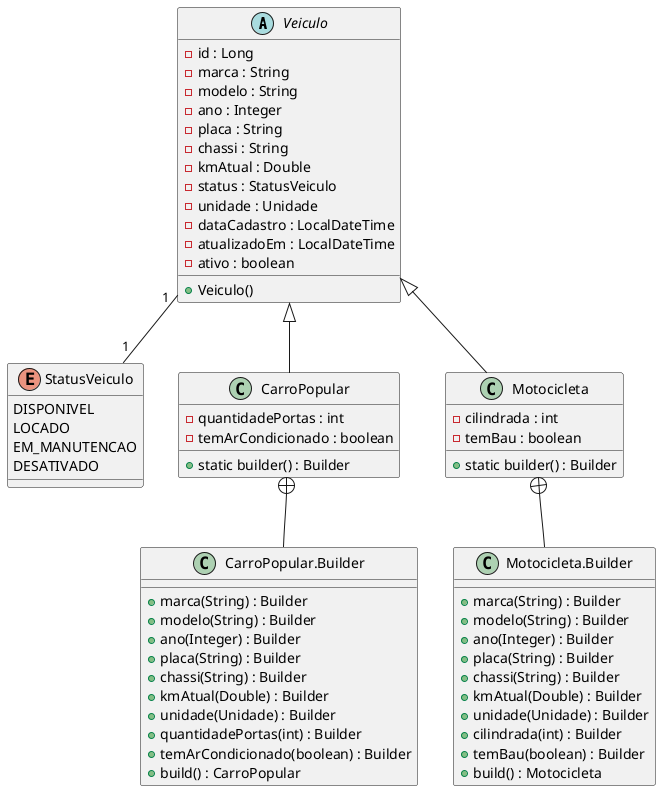
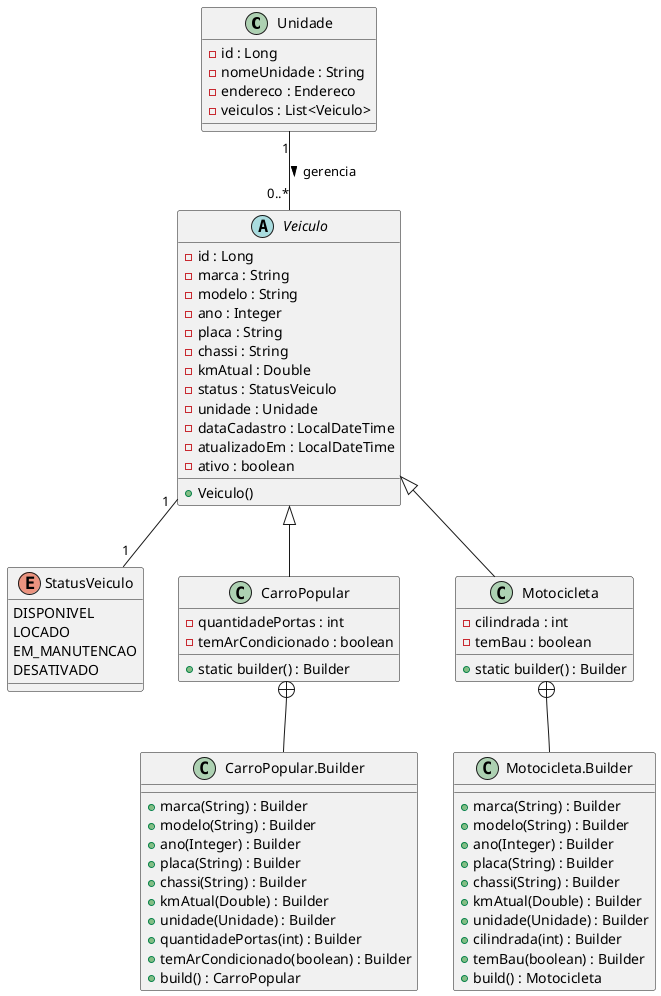
@startuml
+ 
+ class Unidade {
+   - id : Long
+   - nomeUnidade : String
+   - endereco : Endereco
+   - veiculos : List<Veiculo>
+ }

abstract class Veiculo {
  - id : Long
  - marca : String
  - modelo : String
  - ano : Integer
  - placa : String
  - chassi : String
  - kmAtual : Double
  - status : StatusVeiculo
  - unidade : Unidade
  - dataCadastro : LocalDateTime
  - atualizadoEm : LocalDateTime
  - ativo : boolean
  + Veiculo()
}

enum StatusVeiculo {
  DISPONIVEL
  LOCADO
  EM_MANUTENCAO
  DESATIVADO
}

class CarroPopular {
  - quantidadePortas : int
  - temArCondicionado : boolean
  + static builder() : Builder
}

class "CarroPopular.Builder" as CarroPopularBuilder {
  + marca(String) : Builder
  + modelo(String) : Builder
  + ano(Integer) : Builder
  + placa(String) : Builder
  + chassi(String) : Builder
  + kmAtual(Double) : Builder
  + unidade(Unidade) : Builder
  + quantidadePortas(int) : Builder
  + temArCondicionado(boolean) : Builder
  + build() : CarroPopular
}

class Motocicleta {
  - cilindrada : int
  - temBau : boolean
  + static builder() : Builder
}

class "Motocicleta.Builder" as MotocicletaBuilder {
  + marca(String) : Builder
  + modelo(String) : Builder
  + ano(Integer) : Builder
  + placa(String) : Builder
  + chassi(String) : Builder
  + kmAtual(Double) : Builder
  + unidade(Unidade) : Builder
  + cilindrada(int) : Builder
  + temBau(boolean) : Builder
  + build() : Motocicleta
}

+ Unidade "1" -- "0..*" Veiculo : gerencia >
Veiculo <|-- CarroPopular
Veiculo <|-- Motocicleta
Veiculo "1" -- "1" StatusVeiculo
CarroPopular +-- CarroPopularBuilder
Motocicleta +-- MotocicletaBuilder

@enduml
